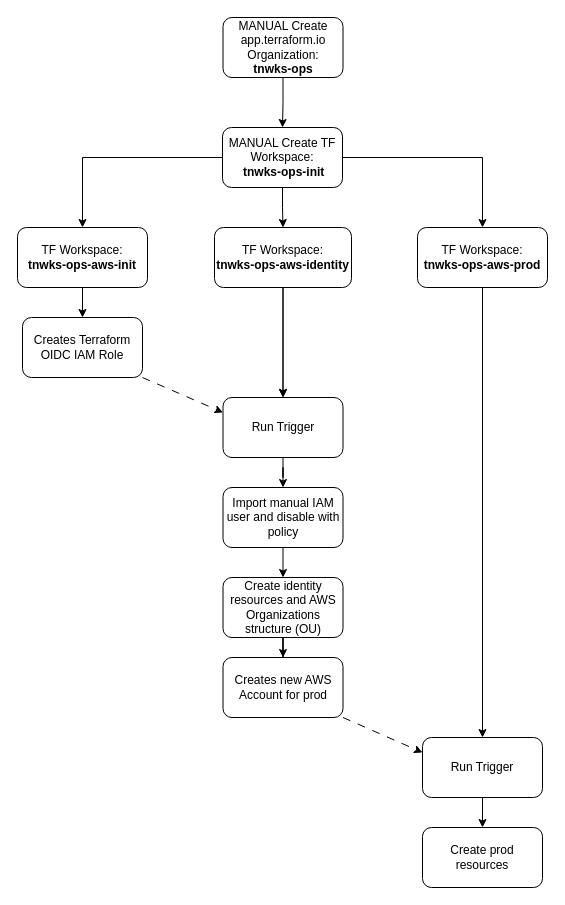
Above: docs/diagrams/tnwks-ops-tfcloud-flow.drawio in iT3E/tnwks-ops (draw.io), before the change. Source tidied: cells renumbered, new cells numbered last; positions are measured from the earlier drawing's top-left corner, leaving out a move shared by most shapes. Both pictures are drawn from the tidied source at 100%, with x=0, y=0 at pixel (17, 17).
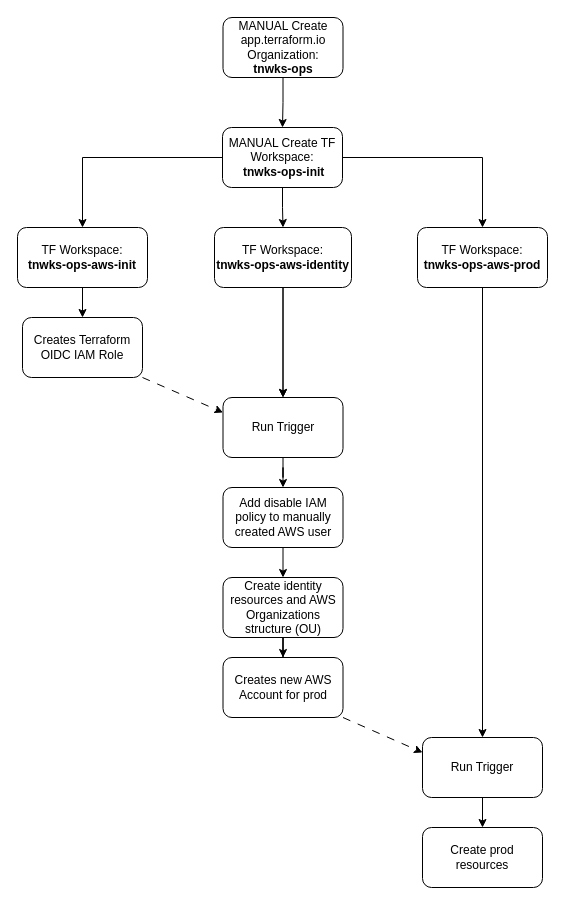
The same page after the edit.

What changed in the source:
```diff
@@
-    <mxCell id="20" value="Import manual IAM user and disable with policy" style="whiteSpace=wrap;html=1;rounded=1;" parent="1" vertex="1">
+    <mxCell id="20" value="Add disable IAM policy to manually created AWS user" style="whiteSpace=wrap;html=1;rounded=1;" parent="1" vertex="1">
       <mxGeometry x="205.5" y="470" width="120" height="60" as="geometry" />
     </mxCell>
```
